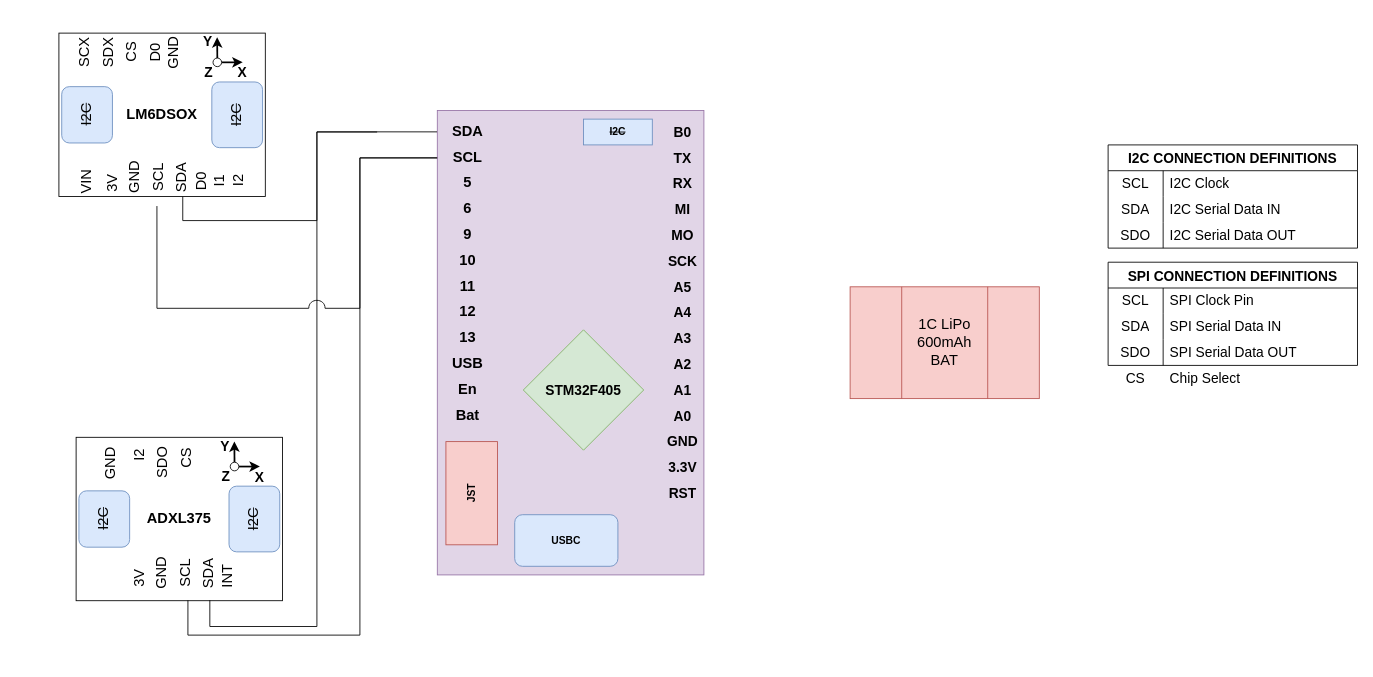
Above: wiringdiagram.drawio in ceugomez/wiigls (draw.io), before the change. Source tidied: cells renumbered, new cells numbered last; positions are measured from the earlier drawing's top-left corner, leaving out a move shared by most shapes. Both pictures are drawn from the tidied source at 86%, with x=0, y=0 at pixel (58, 28).
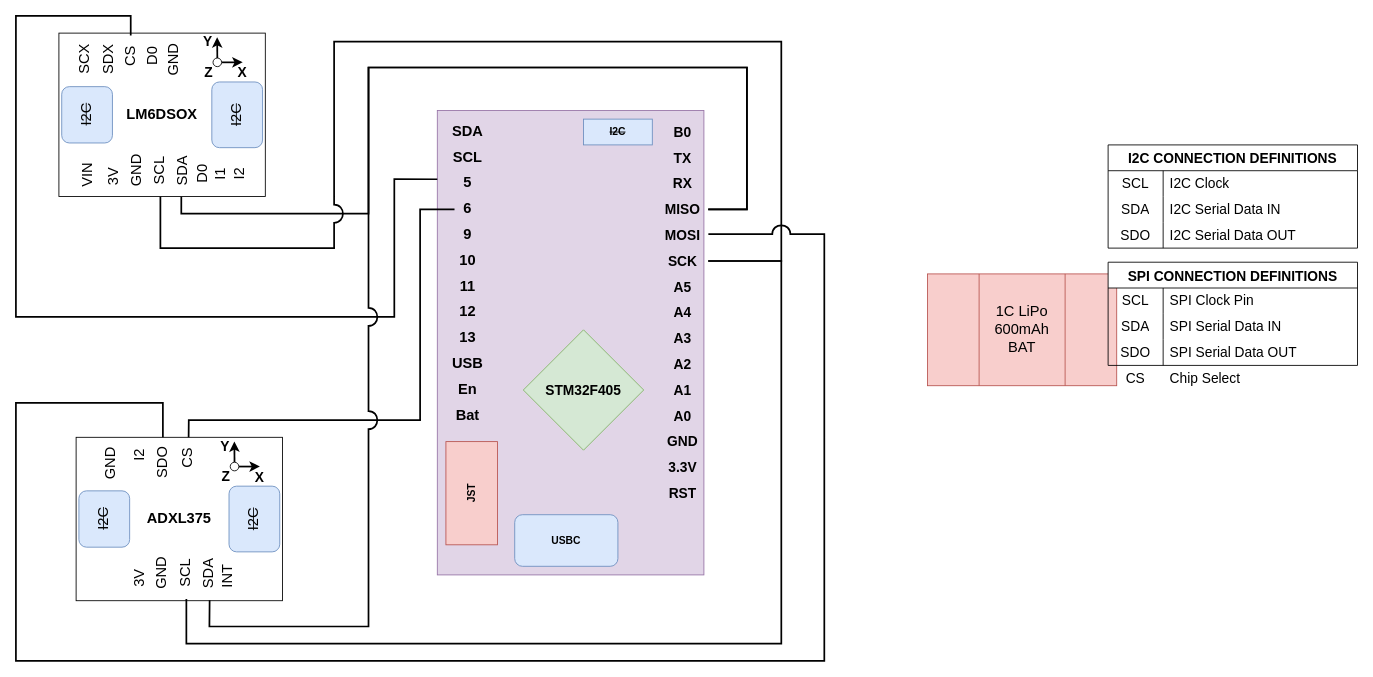
Above is the later version.

Unchanged cells that the change refers to:
```xml
<mxCell id="3" style="group;" parent="1" vertex="1">
  <mxGeometry x="20" y="475" width="240" height="190" as="geometry" />
</mxCell>
<mxCell id="8" value="SCL" style="text;html=1;align=center;verticalAlign=middle;points=[];strokeColor=none;fillColor=none;fontSize=17;rotation=-90;" parent="3" vertex="1">
  <mxGeometry x="98.2" y="143" width="60" height="30" as="geometry" />
</mxCell>
<mxCell id="9" value="SDA" style="text;html=1;align=center;verticalAlign=middle;points=[];strokeColor=none;fillColor=none;fontSize=17;rotation=-90;" parent="3" vertex="1">
  <mxGeometry x="125.5" y="144.4" width="60" height="30" as="geometry" />
</mxCell>
<mxCell id="12" value="SDO" style="text;html=1;align=center;verticalAlign=middle;points=[];strokeColor=none;fillColor=none;fontSize=17;rotation=-90;" parent="3" vertex="1">
  <mxGeometry x="70.9" y="14.9" width="60" height="30" as="geometry" />
</mxCell>
<mxCell id="44" style="group;" parent="1" vertex="1">
  <mxGeometry y="5" width="245.9" height="190" as="geometry" />
</mxCell>
<mxCell id="67" style="group;" parent="1" vertex="1">
  <mxGeometry x="440" y="95" width="315" height="540" as="geometry" />
</mxCell>
<mxCell id="68" style="rounded=0;whiteSpace=wrap;html=1;rotation=-90;fillColor=#e1d5e7;strokeColor=#9673a6;" parent="67" vertex="1">
  <mxGeometry x="-115" y="115" width="540" height="310" as="geometry" />
</mxCell>
<mxCell id="71" value="6" style="text;html=1;align=center;verticalAlign=middle;points=[];strokeColor=none;fillColor=none;fontStyle=1;fontSize=17;" parent="67" vertex="1">
  <mxGeometry x="20" y="100" width="30" height="30" as="geometry" />
</mxCell>
<mxCell id="84" value="SCK" style="text;html=1;align=center;verticalAlign=middle;points=[];strokeColor=none;fillColor=none;fontStyle=1;fontSize=16;" parent="67" vertex="1">
  <mxGeometry x="255" y="160" width="60" height="30" as="geometry" />
</mxCell>
```

The edit, as a diff of the source:
```diff
@@
     <mxCell id="2" value="1C LiPo 600mAh&lt;br&gt;BAT" style="shape=process;whiteSpace=wrap;html=1;backgroundOutline=1;strokeColor=#b85450;fontSize=17;fillColor=#f8cecc;size=0.2727272727272727;" parent="1" vertex="1">
-      <mxGeometry x="920" y="300" width="220" height="130" as="geometry" />
+      <mxGeometry x="1010" y="285" width="220" height="130" as="geometry" />
     </mxCell>
@@
     <mxCell id="13" value="CS" style="text;html=1;align=center;verticalAlign=middle;points=[];strokeColor=none;fillColor=none;fontSize=17;rotation=-90;" parent="3" vertex="1">
-      <mxGeometry x="103.6" y="10" width="50" height="30" as="geometry" />
+      <mxGeometry x="105.6" y="10" width="50" height="30" as="geometry" />
     </mxCell>
@@
     <mxCell id="48" value="3V" style="text;html=1;align=center;verticalAlign=middle;strokeColor=none;fillColor=none;fontSize=17;rotation=-90;" parent="44" vertex="1">
-      <mxGeometry x="43.2" y="160" width="40" height="30" as="geometry" />
+      <mxGeometry x="44.4" y="152" width="40" height="30" as="geometry" />
     </mxCell>
     <mxCell id="49" value="GND" style="text;html=1;align=center;verticalAlign=middle;strokeColor=none;fillColor=none;fontSize=17;rotation=-90;" parent="44" vertex="1">
-      <mxGeometry x="59.5" y="153.4" width="60" height="30" as="geometry" />
+      <mxGeometry x="60.8" y="145.4" width="60" height="30" as="geometry" />
     </mxCell>
     <mxCell id="50" value="SCL" style="text;html=1;align=center;verticalAlign=middle;points=[];strokeColor=none;fillColor=none;fontSize=17;rotation=-90;" parent="44" vertex="1">
-      <mxGeometry x="86.8" y="153.4" width="60" height="30" as="geometry" />
+      <mxGeometry x="88" y="145.4" width="60" height="30" as="geometry" />
     </mxCell>
     <mxCell id="51" value="SDA" style="text;html=1;align=center;verticalAlign=middle;points=[];strokeColor=none;fillColor=none;fontSize=17;rotation=-90;" parent="44" vertex="1">
-      <mxGeometry x="114.1" y="153.4" width="60" height="30" as="geometry" />
+      <mxGeometry x="115.3" y="145.4" width="60" height="30" as="geometry" />
     </mxCell>
     <mxCell id="52" value="D0" style="text;html=1;align=center;verticalAlign=middle;strokeColor=none;fillColor=none;fontSize=17;rotation=-90;" parent="44" vertex="1">
-      <mxGeometry x="141.4" y="157.4" width="50" height="30" as="geometry" />
+      <mxGeometry x="142.6" y="149.4" width="50" height="30" as="geometry" />
     </mxCell>
     <mxCell id="53" value="SCX" style="text;html=1;align=center;verticalAlign=middle;strokeColor=none;fillColor=none;fontSize=17;rotation=-90;" parent="44" vertex="1">
-      <mxGeometry y="7.9" width="60" height="30" as="geometry" />
+      <mxGeometry y="15.9" width="60" height="30" as="geometry" />
     </mxCell>
     <mxCell id="54" value="SDX" style="text;html=1;align=center;verticalAlign=middle;strokeColor=none;fillColor=none;fontSize=17;rotation=-90;" parent="44" vertex="1">
-      <mxGeometry x="28.2" y="7.9" width="60" height="30" as="geometry" />
+      <mxGeometry x="28.2" y="15.9" width="60" height="30" as="geometry" />
     </mxCell>
     <mxCell id="55" value="CS" style="text;html=1;align=center;verticalAlign=middle;points=[];strokeColor=none;fillColor=none;fontSize=17;rotation=-90;" parent="44" vertex="1">
-      <mxGeometry x="59.5" y="7.9" width="50" height="30" as="geometry" />
+      <mxGeometry x="58.5" y="12.9" width="50" height="30" as="geometry" />
     </mxCell>
     <mxCell id="56" value="D0" style="text;html=1;align=center;verticalAlign=middle;strokeColor=none;fillColor=none;fontSize=17;rotation=-90;" parent="44" vertex="1">
-      <mxGeometry x="88.2" y="7.9" width="50" height="30" as="geometry" />
+      <mxGeometry x="84.2" y="11.9" width="50" height="30" as="geometry" />
     </mxCell>
@@
     <mxCell id="63" value="GND" style="text;html=1;align=center;verticalAlign=middle;strokeColor=none;fillColor=none;fontSize=17;rotation=-90;" parent="44" vertex="1">
-      <mxGeometry x="104.5" y="9" width="60" height="30" as="geometry" />
+      <mxGeometry x="104.5" y="17" width="60" height="30" as="geometry" />
     </mxCell>
     <mxCell id="64" value="I1" style="text;html=1;align=center;verticalAlign=middle;strokeColor=none;fillColor=none;fontSize=17;rotation=-90;" parent="44" vertex="1">
-      <mxGeometry x="167.8" y="157.4" width="40" height="30" as="geometry" />
+      <mxGeometry x="169" y="149.4" width="40" height="30" as="geometry" />
     </mxCell>
     <mxCell id="65" value="I2" style="text;html=1;align=center;verticalAlign=middle;strokeColor=none;fillColor=none;fontSize=17;rotation=-90;" parent="44" vertex="1">
-      <mxGeometry x="189.5" y="157.4" width="40" height="30" as="geometry" />
+      <mxGeometry x="190.8" y="149.4" width="40" height="30" as="geometry" />
     </mxCell>
     <mxCell id="66" value="VIN" style="text;html=1;align=center;verticalAlign=middle;strokeColor=none;fillColor=none;fontSize=17;rotation=-90;spacing=0;" parent="44" vertex="1">
-      <mxGeometry x="8" y="158.4" width="50" height="30" as="geometry" />
+      <mxGeometry x="9.2" y="150.4" width="50" height="30" as="geometry" />
     </mxCell>
@@
-    <mxCell id="83" value="MI" style="text;html=1;align=center;verticalAlign=middle;points=[];strokeColor=none;fillColor=none;fontStyle=1;fontSize=16;" parent="67" vertex="1">
-      <mxGeometry x="265" y="100" width="40" height="30" as="geometry" />
+    <mxCell id="83" value="MISO" style="text;html=1;align=center;verticalAlign=middle;points=[];strokeColor=none;fillColor=none;fontStyle=1;fontSize=16;" parent="67" vertex="1">
+      <mxGeometry x="255" y="100" width="60" height="30" as="geometry" />
     </mxCell>
@@
-    <mxCell id="95" value="MO" style="text;html=1;align=center;verticalAlign=middle;points=[];strokeColor=none;fillColor=none;fontStyle=1;fontSize=16;" parent="67" vertex="1">
-      <mxGeometry x="260" y="130" width="50" height="30" as="geometry" />
+    <mxCell id="95" value="MOSI" style="text;html=1;align=center;verticalAlign=middle;points=[];strokeColor=none;fillColor=none;fontStyle=1;fontSize=16;" parent="67" vertex="1">
+      <mxGeometry x="255" y="130" width="60" height="30" as="geometry" />
     </mxCell>
@@
-    <mxCell id="100" style="edgeStyle=orthogonalEdgeStyle;rounded=0;orthogonalLoop=1;jettySize=auto;html=1;fontSize=16;endArrow=none;endFill=0;" parent="1" edge="1">
-      <mxGeometry relative="1" as="geometry">
-        <mxPoint x="370" y="120" as="sourcePoint" />
-        <mxPoint x="144" y="195" as="targetPoint" />
-        <Array as="points">
-          <mxPoint x="300" y="120" />
-          <mxPoint x="300" y="223" />
-          <mxPoint x="144" y="223" />
-        </Array>
-      </mxGeometry>
-    </mxCell>
-    <mxCell id="101" style="edgeStyle=orthogonalEdgeStyle;rounded=0;jettySize=auto;html=1;fontSize=16;endArrow=none;endFill=0;entryX=0.954;entryY=-0.001;entryDx=0;entryDy=0;entryPerimeter=0;" parent="1" edge="1" source="9" target="68">
-      <mxGeometry relative="1" as="geometry">
-        <Array as="points">
-          <mxPoint x="176" y="695" />
-          <mxPoint x="300" y="695" />
-          <mxPoint x="300" y="120" />
-        </Array>
-      </mxGeometry>
-    </mxCell>
-    <mxCell id="102" style="edgeStyle=orthogonalEdgeStyle;rounded=0;jumpStyle=arc;jumpSize=19;jettySize=auto;html=1;fontSize=16;endArrow=none;endFill=0;entryX=-0.045;entryY=0.406;entryDx=0;entryDy=0;entryPerimeter=0;exitX=0.898;exitY=0;exitDx=0;exitDy=0;exitPerimeter=0;" parent="1" edge="1" source="68" target="50">
-      <mxGeometry relative="1" as="geometry">
-        <Array as="points">
-          <mxPoint x="350" y="150" />
-          <mxPoint x="350" y="325" />
-          <mxPoint x="114" y="325" />
-        </Array>
-      </mxGeometry>
-    </mxCell>
-    <mxCell id="103" style="edgeStyle=orthogonalEdgeStyle;rounded=0;jumpStyle=arc;jumpSize=19;jettySize=auto;html=1;entryX=-0.026;entryY=0.561;entryDx=0;entryDy=0;entryPerimeter=0;fontSize=16;endArrow=none;endFill=0;exitX=0.898;exitY=-0.001;exitDx=0;exitDy=0;exitPerimeter=0;" parent="1" edge="1" source="68" target="8">
-      <mxGeometry relative="1" as="geometry">
-        <Array as="points">
-          <mxPoint x="350" y="150" />
-          <mxPoint x="350" y="705" />
-          <mxPoint x="150" y="705" />
-        </Array>
-      </mxGeometry>
-    </mxCell>
+    <mxCell id="104" style="edgeStyle=orthogonalEdgeStyle;rounded=0;jumpStyle=arc;jumpSize=19;jettySize=auto;html=1;entryX=0.001;entryY=0.401;entryDx=0;entryDy=0;strokeWidth=2;fontSize=16;endArrow=none;endFill=0;entryPerimeter=0;" parent="1" edge="1" source="83" target="51">
+      <mxGeometry relative="1" as="geometry">
+        <Array as="points">
+          <mxPoint x="800" y="210" />
+          <mxPoint x="800" y="45" />
+          <mxPoint x="360" y="45" />
+          <mxPoint x="360" y="215" />
+          <mxPoint x="142" y="215" />
+        </Array>
+      </mxGeometry>
+    </mxCell>
+    <mxCell id="105" style="edgeStyle=orthogonalEdgeStyle;rounded=0;jumpStyle=arc;jumpSize=19;jettySize=auto;html=1;strokeWidth=2;fontSize=16;endArrow=none;endFill=0;" parent="1" edge="1" source="50" target="84">
+      <mxGeometry relative="1" as="geometry">
+        <Array as="points">
+          <mxPoint x="118" y="255" />
+          <mxPoint x="320" y="255" />
+          <mxPoint x="320" y="15" />
+          <mxPoint x="840" y="15" />
+          <mxPoint x="840" y="270" />
+        </Array>
+      </mxGeometry>
+    </mxCell>
+    <mxCell id="106" style="edgeStyle=orthogonalEdgeStyle;rounded=0;jumpStyle=arc;jumpSize=19;jettySize=auto;html=1;entryX=0.852;entryY=0;entryDx=0;entryDy=0;entryPerimeter=0;strokeWidth=2;fontSize=16;endArrow=none;endFill=0;" parent="1" edge="1" source="55" target="68">
+      <mxGeometry relative="1" as="geometry">
+        <Array as="points">
+          <mxPoint x="84" y="-15" />
+          <mxPoint x="-50" y="-15" />
+          <mxPoint x="-50" y="335" />
+          <mxPoint x="390" y="335" />
+          <mxPoint x="390" y="175" />
+        </Array>
+      </mxGeometry>
+    </mxCell>
+    <mxCell id="107" style="edgeStyle=orthogonalEdgeStyle;rounded=0;jumpStyle=arc;jumpSize=19;jettySize=auto;html=1;strokeWidth=2;fontSize=16;endArrow=none;endFill=0;" parent="1" edge="1" source="71" target="13">
+      <mxGeometry relative="1" as="geometry">
+        <Array as="points">
+          <mxPoint x="420" y="210" />
+          <mxPoint x="420" y="455" />
+          <mxPoint x="151" y="455" />
+        </Array>
+      </mxGeometry>
+    </mxCell>
+    <mxCell id="108" style="edgeStyle=orthogonalEdgeStyle;rounded=0;jumpStyle=arc;jumpSize=19;jettySize=auto;html=1;entryX=1.003;entryY=0.457;entryDx=0;entryDy=0;entryPerimeter=0;strokeWidth=2;fontSize=16;endArrow=none;endFill=0;" parent="1" edge="1" source="12" target="95">
+      <mxGeometry relative="1" as="geometry">
+        <Array as="points">
+          <mxPoint x="121" y="435" />
+          <mxPoint x="-50" y="435" />
+          <mxPoint x="-50" y="735" />
+          <mxPoint x="890" y="735" />
+          <mxPoint x="890" y="239" />
+        </Array>
+      </mxGeometry>
+    </mxCell>
+    <mxCell id="109" style="edgeStyle=orthogonalEdgeStyle;rounded=0;jumpStyle=arc;jumpSize=19;jettySize=auto;html=1;strokeWidth=2;fontSize=16;endArrow=none;endFill=0;" parent="1" edge="1" source="8" target="84">
+      <mxGeometry relative="1" as="geometry">
+        <Array as="points">
+          <mxPoint x="148" y="715" />
+          <mxPoint x="840" y="715" />
+          <mxPoint x="840" y="270" />
+        </Array>
+      </mxGeometry>
+    </mxCell>
+    <mxCell id="110" style="edgeStyle=orthogonalEdgeStyle;rounded=0;jumpStyle=arc;jumpSize=19;jettySize=auto;html=1;strokeWidth=2;fontSize=16;endArrow=none;endFill=0;" parent="1" edge="1" source="83" target="9">
+      <mxGeometry relative="1" as="geometry">
+        <Array as="points">
+          <mxPoint x="800" y="210" />
+          <mxPoint x="800" y="45" />
+          <mxPoint x="360" y="45" />
+          <mxPoint x="360" y="695" />
+          <mxPoint x="175" y="695" />
+        </Array>
+      </mxGeometry>
+    </mxCell>
```
